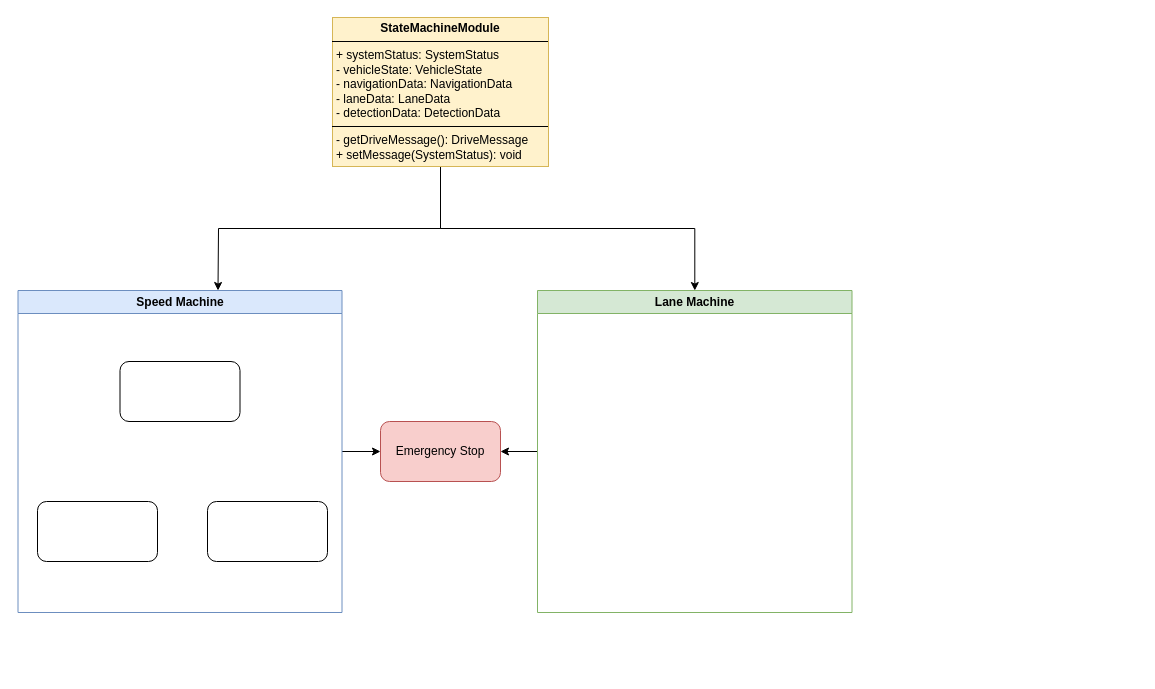
Above: document/StateMachine1R.drawio in inha-cvl/mobinha-racing (draw.io), before the change. Source tidied: cells renumbered, new cells numbered last; positions are measured from the earlier drawing's top-left corner, leaving out a move shared by most shapes. Both pictures are drawn from the tidied source at 100%, with x=0, y=0 at pixel (17, 17).
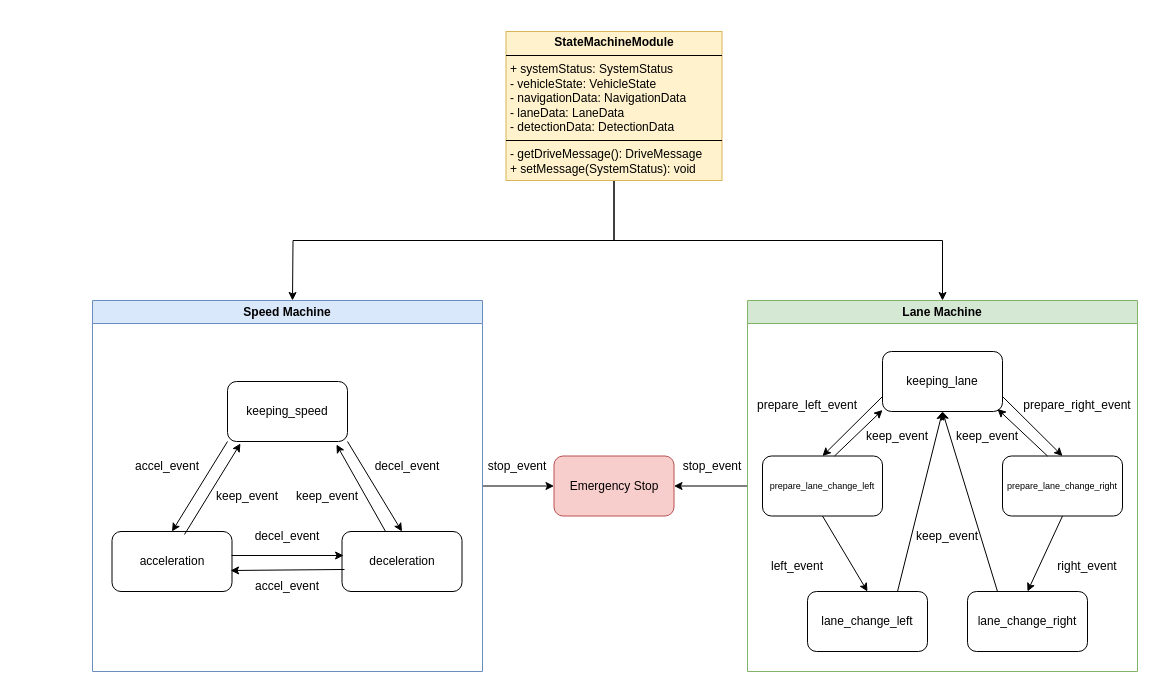
After the change.

What changed in the source:
```diff
@@
-    <mxCell id="2" style="edgeStyle=orthogonalEdgeStyle;rounded=0;jettySize=auto;html=1;exitX=0.5;exitY=1;exitDx=0;exitDy=0;entryX=0.5;entryY=0;entryDx=0;entryDy=0;" parent="1" edge="1" source="12">
-      <mxGeometry relative="1" as="geometry">
-        <mxPoint x="200.5" y="273" as="targetPoint" />
-      </mxGeometry>
-    </mxCell>
+    <mxCell id="13" style="edgeStyle=orthogonalEdgeStyle;rounded=0;jettySize=auto;html=1;exitX=0.5;exitY=1;exitDx=0;exitDy=0;entryX=0.5;entryY=0;entryDx=0;entryDy=0;" parent="1" edge="1" source="12">
+      <mxGeometry relative="1" as="geometry">
+        <mxPoint x="275" y="283" as="targetPoint" />
+      </mxGeometry>
+    </mxCell>
@@
     <mxCell id="5" value="Speed Machine" style="swimlane;whiteSpace=wrap;html=1;fillColor=#dae8fc;strokeColor=#6c8ebf;" parent="1" vertex="1">
-      <mxGeometry x="0.5" y="273" width="324" height="322" as="geometry" />
+      <mxGeometry x="75" y="283" width="390" height="371" as="geometry" />
     </mxCell>
-    <mxCell id="6" style="rounded=1;whiteSpace=wrap;html=1;" parent="5" vertex="1">
-      <mxGeometry x="102" y="71" width="120" height="60" as="geometry" />
-    </mxCell>
-    <mxCell id="7" style="rounded=1;whiteSpace=wrap;html=1;" parent="5" vertex="1">
-      <mxGeometry x="19.5" y="211" width="120" height="60" as="geometry" />
-    </mxCell>
-    <mxCell id="8" style="rounded=1;whiteSpace=wrap;html=1;" parent="5" vertex="1">
-      <mxGeometry x="189.5" y="211" width="120" height="60" as="geometry" />
-    </mxCell>
+    <mxCell id="14" value="keeping_speed" style="rounded=1;whiteSpace=wrap;html=1;" parent="5" vertex="1">
+      <mxGeometry x="135" y="81" width="120" height="60" as="geometry" />
+    </mxCell>
+    <mxCell id="15" value="acceleration" style="rounded=1;whiteSpace=wrap;html=1;" parent="5" vertex="1">
+      <mxGeometry x="19.5" y="231" width="120" height="60" as="geometry" />
+    </mxCell>
+    <mxCell id="16" value="deceleration" style="rounded=1;whiteSpace=wrap;html=1;" parent="5" vertex="1">
+      <mxGeometry x="249.5" y="231" width="120" height="60" as="geometry" />
+    </mxCell>
+    <mxCell id="17" value="decel_event" style="text;html=1;align=center;verticalAlign=middle;whiteSpace=wrap;rounded=0;" parent="5" vertex="1">
+      <mxGeometry x="165" y="221" width="60" height="30" as="geometry" />
+    </mxCell>
+    <mxCell id="18" style="endArrow=classic;html=1;rounded=0;entryX=0.5;entryY=0;entryDx=0;entryDy=0;exitX=1;exitY=1;exitDx=0;exitDy=0;" parent="5" edge="1" source="14" target="16">
+      <mxGeometry relative="1" as="geometry" />
+    </mxCell>
+    <mxCell id="19" style="endArrow=classic;html=1;rounded=0;exitX=0.996;exitY=0.4;exitDx=0;exitDy=0;exitPerimeter=0;entryX=0.013;entryY=0.4;entryDx=0;entryDy=0;entryPerimeter=0;" parent="5" edge="1" source="15" target="16">
+      <mxGeometry relative="1" as="geometry" />
+    </mxCell>
+    <mxCell id="20" style="endArrow=classic;html=1;rounded=0;exitX=0.021;exitY=0.633;exitDx=0;exitDy=0;entryX=0.988;entryY=0.65;entryDx=0;entryDy=0;entryPerimeter=0;exitPerimeter=0;" parent="5" edge="1" source="16" target="15">
+      <mxGeometry relative="1" as="geometry" />
+    </mxCell>
+    <mxCell id="21" value="accel_event" style="text;html=1;align=center;verticalAlign=middle;whiteSpace=wrap;rounded=0;" parent="5" vertex="1">
+      <mxGeometry x="165" y="271" width="60" height="30" as="geometry" />
+    </mxCell>
+    <mxCell id="22" value="decel_event" style="text;html=1;align=center;verticalAlign=middle;whiteSpace=wrap;rounded=0;" parent="5" vertex="1">
+      <mxGeometry x="285" y="151" width="60" height="30" as="geometry" />
+    </mxCell>
+    <mxCell id="23" style="endArrow=classic;html=1;rounded=0;exitX=0.363;exitY=0;exitDx=0;exitDy=0;exitPerimeter=0;entryX=0.908;entryY=1.05;entryDx=0;entryDy=0;entryPerimeter=0;" parent="5" edge="1" source="16" target="14">
+      <mxGeometry relative="1" as="geometry" />
+    </mxCell>
+    <mxCell id="24" value="keep_event" style="text;html=1;align=center;verticalAlign=middle;whiteSpace=wrap;rounded=0;" parent="5" vertex="1">
+      <mxGeometry x="205" y="181" width="60" height="30" as="geometry" />
+    </mxCell>
+    <mxCell id="25" style="endArrow=classic;html=1;rounded=0;exitX=0.604;exitY=0.05;exitDx=0;exitDy=0;exitPerimeter=0;entryX=0.108;entryY=1.033;entryDx=0;entryDy=0;entryPerimeter=0;" parent="5" edge="1" source="15" target="14">
+      <mxGeometry relative="1" as="geometry" />
+    </mxCell>
+    <mxCell id="26" style="endArrow=classic;html=1;rounded=0;exitX=0;exitY=1;exitDx=0;exitDy=0;entryX=0.5;entryY=0;entryDx=0;entryDy=0;" parent="5" edge="1" source="14" target="15">
+      <mxGeometry relative="1" as="geometry" />
+    </mxCell>
+    <mxCell id="27" value="keep_event" style="text;html=1;align=center;verticalAlign=middle;whiteSpace=wrap;rounded=0;" parent="5" vertex="1">
+      <mxGeometry x="125" y="181" width="60" height="30" as="geometry" />
+    </mxCell>
+    <mxCell id="28" value="accel_event" style="text;html=1;align=center;verticalAlign=middle;whiteSpace=wrap;rounded=0;" parent="5" vertex="1">
+      <mxGeometry x="45" y="151" width="60" height="30" as="geometry" />
+    </mxCell>
@@
     <mxCell id="10" value="Lane Machine" style="swimlane;whiteSpace=wrap;html=1;fillColor=#d5e8d4;strokeColor=#82b366;" parent="1" vertex="1">
-      <mxGeometry x="520" y="273" width="314.5" height="322" as="geometry" />
+      <mxGeometry x="730" y="283" width="390" height="371" as="geometry" />
     </mxCell>
+    <mxCell id="29" value="keeping_lane" style="rounded=1;whiteSpace=wrap;html=1;" parent="10" vertex="1">
+      <mxGeometry x="135" y="51" width="120" height="60" as="geometry" />
+    </mxCell>
+    <mxCell id="30" value="prepare_lane_change_right" style="rounded=1;whiteSpace=wrap;html=1;fontSize=9;" parent="10" vertex="1">
+      <mxGeometry x="255" y="155.5" width="120" height="60" as="geometry" />
+    </mxCell>
+    <mxCell id="31" value="lane_change_right" style="rounded=1;whiteSpace=wrap;html=1;" parent="10" vertex="1">
+      <mxGeometry x="220" y="291" width="120" height="60" as="geometry" />
+    </mxCell>
+    <mxCell id="32" value="lane_change_left" style="rounded=1;whiteSpace=wrap;html=1;" parent="10" vertex="1">
+      <mxGeometry x="60" y="291" width="120" height="60" as="geometry" />
+    </mxCell>
+    <mxCell id="33" value="prepare_lane_change_left" style="rounded=1;whiteSpace=wrap;html=1;fontSize=9;" parent="10" vertex="1">
+      <mxGeometry x="15" y="155.5" width="120" height="60" as="geometry" />
+    </mxCell>
+    <mxCell id="34" value="keep_event" style="text;html=1;align=center;verticalAlign=middle;whiteSpace=wrap;rounded=0;" parent="10" vertex="1">
+      <mxGeometry x="120" y="121" width="60" height="30" as="geometry" />
+    </mxCell>
+    <mxCell id="35" style="endArrow=classic;html=1;rounded=0;entryX=1;entryY=1;entryDx=0;entryDy=0;verticalAlign=middle;exitX=0.417;exitY=0.042;exitDx=0;exitDy=0;exitPerimeter=0;" parent="10" edge="1">
+      <mxGeometry relative="1" as="geometry">
+        <mxPoint x="300" y="155.5" as="sourcePoint" />
+        <mxPoint x="250" y="108.5" as="targetPoint" />
+      </mxGeometry>
+    </mxCell>
+    <mxCell id="36" style="endArrow=classic;html=1;rounded=0;exitX=1;exitY=0.75;exitDx=0;exitDy=0;entryX=0.5;entryY=0;entryDx=0;entryDy=0;" parent="10" edge="1" source="29" target="30">
+      <mxGeometry relative="1" as="geometry" />
+    </mxCell>
+    <mxCell id="37" style="endArrow=classic;html=1;rounded=0;exitX=0.75;exitY=0;exitDx=0;exitDy=0;entryX=0.5;entryY=1;entryDx=0;entryDy=0;" parent="10" edge="1" source="32" target="29">
+      <mxGeometry relative="1" as="geometry" />
+    </mxCell>
+    <mxCell id="38" style="endArrow=classic;html=1;rounded=0;entryX=0.5;entryY=1;entryDx=0;entryDy=0;exitX=0.25;exitY=0;exitDx=0;exitDy=0;" parent="10" edge="1" source="31" target="29">
+      <mxGeometry relative="1" as="geometry" />
+    </mxCell>
+    <mxCell id="39" value="keep_event" style="text;html=1;align=center;verticalAlign=middle;whiteSpace=wrap;rounded=0;" parent="10" vertex="1">
+      <mxGeometry x="170" y="221" width="60" height="30" as="geometry" />
+    </mxCell>
+    <mxCell id="40" value="keep_event" style="text;html=1;align=center;verticalAlign=middle;whiteSpace=wrap;rounded=0;" parent="10" vertex="1">
+      <mxGeometry x="210" y="121" width="60" height="30" as="geometry" />
+    </mxCell>
+    <mxCell id="41" style="endArrow=classic;html=1;rounded=0;exitX=0;exitY=0.75;exitDx=0;exitDy=0;entryX=0.5;entryY=0;entryDx=0;entryDy=0;" parent="10" edge="1" source="29" target="33">
+      <mxGeometry relative="1" as="geometry" />
+    </mxCell>
+    <mxCell id="42" style="endArrow=classic;html=1;rounded=0;entryX=0;entryY=1;entryDx=0;entryDy=0;verticalAlign=middle;exitX=0.6;exitY=0.025;exitDx=0;exitDy=0;exitPerimeter=0;" parent="10" edge="1">
+      <mxGeometry relative="1" as="geometry">
+        <mxPoint x="87" y="155.5" as="sourcePoint" />
+        <mxPoint x="135" y="109.5" as="targetPoint" />
+      </mxGeometry>
+    </mxCell>
+    <mxCell id="43" value="prepare_left_event" style="text;html=1;align=center;verticalAlign=middle;whiteSpace=wrap;rounded=0;" parent="10" vertex="1">
+      <mxGeometry x="30" y="90" width="60" height="30" as="geometry" />
+    </mxCell>
+    <mxCell id="44" value="prepare_right_event" style="text;html=1;align=center;verticalAlign=middle;whiteSpace=wrap;rounded=0;" parent="10" vertex="1">
+      <mxGeometry x="300" y="90" width="60" height="30" as="geometry" />
+    </mxCell>
+    <mxCell id="45" style="endArrow=classic;html=1;rounded=0;exitX=0.5;exitY=1;exitDx=0;exitDy=0;entryX=0.5;entryY=0;entryDx=0;entryDy=0;" parent="10" edge="1" source="33" target="32">
+      <mxGeometry relative="1" as="geometry" />
+    </mxCell>
+    <mxCell id="46" style="endArrow=classic;html=1;rounded=0;exitX=0.5;exitY=1;exitDx=0;exitDy=0;entryX=0.5;entryY=0;entryDx=0;entryDy=0;" parent="10" edge="1" source="30" target="31">
+      <mxGeometry relative="1" as="geometry" />
+    </mxCell>
+    <mxCell id="47" value="left_event" style="text;html=1;align=center;verticalAlign=middle;whiteSpace=wrap;rounded=0;" parent="10" vertex="1">
+      <mxGeometry x="20" y="251" width="60" height="30" as="geometry" />
+    </mxCell>
+    <mxCell id="48" value="right_event" style="text;html=1;align=center;verticalAlign=middle;whiteSpace=wrap;rounded=0;" parent="10" vertex="1">
+      <mxGeometry x="310" y="251" width="60" height="30" as="geometry" />
+    </mxCell>
     <mxCell id="11" value="Emergency Stop" style="rounded=1;whiteSpace=wrap;html=1;fillColor=#f8cecc;strokeColor=#b85151;" parent="1" vertex="1">
-      <mxGeometry x="363" y="404" width="120" height="60" as="geometry" />
+      <mxGeometry x="536.5" y="438.5" width="120" height="60" as="geometry" />
     </mxCell>
     <mxCell id="12" value="&lt;p style=&quot;margin:0px;margin-top:4px;text-align:center;&quot;&gt;&lt;b&gt;StateMachineModule&lt;/b&gt;&lt;/p&gt;&lt;hr size=&quot;1&quot; style=&quot;border-style:solid;&quot;&gt;&lt;p style=&quot;margin:0px;margin-left:4px;&quot;&gt;+ systemStatus: SystemStatus&lt;br&gt;- vehicleState: VehicleState&lt;/p&gt;&lt;p style=&quot;margin:0px;margin-left:4px;&quot;&gt;- navigationData: NavigationData&lt;/p&gt;&lt;p style=&quot;margin:0px;margin-left:4px;&quot;&gt;- laneData: LaneData&lt;/p&gt;&lt;p style=&quot;margin:0px;margin-left:4px;&quot;&gt;- detectionData: DetectionData&lt;/p&gt;&lt;hr size=&quot;1&quot; style=&quot;border-style:solid;&quot;&gt;&lt;p style=&quot;margin:0px;margin-left:4px;&quot;&gt;- getDriveMessage(): DriveMessage&lt;br&gt;+ setMessage(SystemStatus): void&lt;/p&gt;" style="verticalAlign=top;align=left;overflow=fill;html=1;whiteSpace=wrap;textShadow=0;fillColor=#fff2cc;strokeColor=#d6b656;" parent="1" vertex="1">
-      <mxGeometry x="315" width="216" height="149" as="geometry" />
+      <mxGeometry x="488.5" y="14" width="216" height="149" as="geometry" />
     </mxCell>
+    <mxCell id="49" value="stop_event" style="text;html=1;align=center;verticalAlign=middle;whiteSpace=wrap;rounded=0;" parent="1" vertex="1">
+      <mxGeometry x="470" y="434" width="60" height="30" as="geometry" />
+    </mxCell>
+    <mxCell id="50" value="stop_event" style="text;html=1;align=center;verticalAlign=middle;whiteSpace=wrap;rounded=0;" parent="1" vertex="1">
+      <mxGeometry x="664.5" y="434" width="60" height="30" as="geometry" />
+    </mxCell>
```
